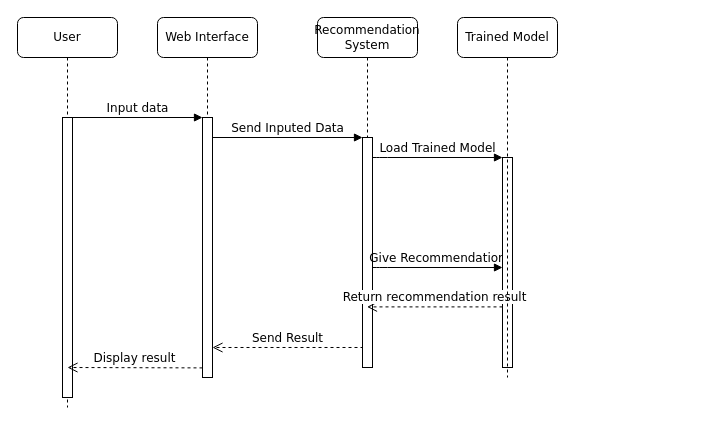
Above: Untitled Diagram.drawio in therealsamrajya/5th-sem (draw.io), before the change. Source tidied: cells renumbered, new cells numbered last; positions are measured from the earlier drawing's top-left corner, leaving out a move shared by most shapes. Both pictures are drawn from the tidied source at 100%, with x=0, y=0 at pixel (17, 17).
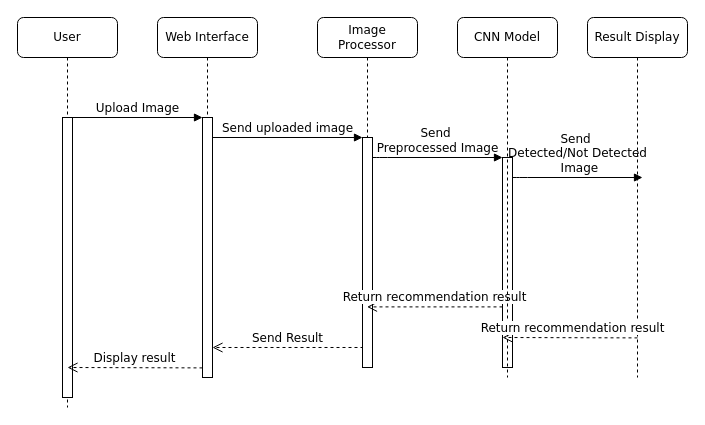
The same page after the edit.

Unchanged cells that the change refers to:
```xml
<mxCell id="3" style="html=1;points=[];perimeter=orthogonalPerimeter;rounded=0;shadow=0;comic=0;labelBackgroundColor=none;strokeWidth=1;fontFamily=Verdana;fontSize=12;align=center;" parent="2" vertex="1">
  <mxGeometry x="45" y="100" width="10" height="260" as="geometry" />
</mxCell>
<mxCell id="6" style="html=1;points=[];perimeter=orthogonalPerimeter;rounded=0;shadow=0;comic=0;labelBackgroundColor=none;strokeWidth=1;fontFamily=Verdana;fontSize=12;align=center;" parent="5" vertex="1">
  <mxGeometry x="45" y="120" width="10" height="230" as="geometry" />
</mxCell>
<mxCell id="9" style="html=1;points=[];perimeter=orthogonalPerimeter;rounded=0;shadow=0;comic=0;labelBackgroundColor=none;strokeWidth=1;fontFamily=Verdana;fontSize=12;align=center;" parent="8" vertex="1">
  <mxGeometry x="45" y="100" width="10" height="280" as="geometry" />
</mxCell>
<mxCell id="11" style="html=1;points=[];perimeter=orthogonalPerimeter;rounded=0;shadow=0;comic=0;labelBackgroundColor=none;strokeWidth=1;fontFamily=Verdana;fontSize=12;align=center;" parent="1" vertex="1">
  <mxGeometry x="485" y="140" width="10" height="210" as="geometry" />
</mxCell>
```

The edit, as a diff of the source:
```diff
@@
-    <mxCell id="5" value="Recommendation System" style="shape=umlLifeline;perimeter=lifelinePerimeter;whiteSpace=wrap;html=1;outlineConnect=0;rounded=1;shadow=0;comic=0;labelBackgroundColor=none;strokeWidth=1;fontFamily=Verdana;fontSize=12;align=center;" parent="1" vertex="1">
+    <mxCell id="5" value="Image Processor" style="shape=umlLifeline;perimeter=lifelinePerimeter;whiteSpace=wrap;html=1;outlineConnect=0;rounded=1;shadow=0;comic=0;labelBackgroundColor=none;strokeWidth=1;fontFamily=Verdana;fontSize=12;align=center;" parent="1" vertex="1">
       <mxGeometry x="300" width="100" height="350" as="geometry" />
     </mxCell>
@@
-    <mxCell id="7" value="Give Recommendation" style="html=1;verticalAlign=bottom;endArrow=block;labelBackgroundColor=none;fontFamily=Verdana;fontSize=12;edgeStyle=elbowEdgeStyle;elbow=vertical;" parent="5" edge="1">
-      <mxGeometry relative="1" as="geometry">
-        <mxPoint x="55" y="250" as="sourcePoint" />
-        <mxPoint x="185" y="250" as="targetPoint" />
-        <Array as="points">
-          <mxPoint x="60" y="250" />
-        </Array>
-      </mxGeometry>
-    </mxCell>
@@
-    <mxCell id="12" value="Load Trained Model" style="html=1;verticalAlign=bottom;endArrow=block;labelBackgroundColor=none;fontFamily=Verdana;fontSize=12;edgeStyle=elbowEdgeStyle;elbow=vertical;" parent="1" edge="1" source="6" target="11">
+    <mxCell id="12" value="Send&amp;nbsp;&lt;br&gt;&lt;div&gt;Preprocessed Image&lt;/div&gt;" style="html=1;verticalAlign=bottom;endArrow=block;labelBackgroundColor=none;fontFamily=Verdana;fontSize=12;edgeStyle=elbowEdgeStyle;elbow=vertical;" parent="1" edge="1" source="6" target="11">
       <mxGeometry relative="1" as="geometry">
         <Array as="points">
           <mxPoint x="360" y="140" />
         </Array>
       </mxGeometry>
     </mxCell>
-    <mxCell id="13" value="Input data" style="html=1;verticalAlign=bottom;endArrow=block;entryX=0;entryY=0;labelBackgroundColor=none;fontFamily=Verdana;fontSize=12;edgeStyle=elbowEdgeStyle;elbow=vertical;" parent="1" edge="1" source="9" target="3">
+    <mxCell id="13" value="Upload Image" style="html=1;verticalAlign=bottom;endArrow=block;entryX=0;entryY=0;labelBackgroundColor=none;fontFamily=Verdana;fontSize=12;edgeStyle=elbowEdgeStyle;elbow=vertical;" parent="1" edge="1" source="9" target="3">
       <mxGeometry relative="1" as="geometry" />
     </mxCell>
-    <mxCell id="14" value="Send Inputed Data" style="html=1;verticalAlign=bottom;endArrow=block;entryX=0;entryY=0;labelBackgroundColor=none;fontFamily=Verdana;fontSize=12;edgeStyle=elbowEdgeStyle;elbow=vertical;" parent="1" edge="1" source="3" target="6">
+    <mxCell id="14" value="Send uploaded image" style="html=1;verticalAlign=bottom;endArrow=block;entryX=0;entryY=0;labelBackgroundColor=none;fontFamily=Verdana;fontSize=12;edgeStyle=elbowEdgeStyle;elbow=vertical;" parent="1" edge="1" source="3" target="6">
       <mxGeometry relative="1" as="geometry" />
     </mxCell>
@@
-    <mxCell id="16" value="Trained Model" style="shape=umlLifeline;perimeter=lifelinePerimeter;whiteSpace=wrap;html=1;rounded=1;shadow=0;comic=0;labelBackgroundColor=none;strokeWidth=1;fontFamily=Verdana;fontSize=12;align=center;" parent="1" vertex="1">
+    <mxCell id="16" value="CNN Model" style="shape=umlLifeline;perimeter=lifelinePerimeter;whiteSpace=wrap;html=1;rounded=1;shadow=0;comic=0;labelBackgroundColor=none;strokeWidth=1;fontFamily=Verdana;fontSize=12;align=center;" parent="1" vertex="1">
       <mxGeometry x="440" width="100" height="360" as="geometry" />
     </mxCell>
+    <mxCell id="17" value="Send&amp;nbsp;&lt;div&gt;&lt;span style=&quot;background-color: initial;&quot;&gt;Detected/Not Detected&lt;/span&gt;&lt;/div&gt;&lt;div&gt;&lt;span style=&quot;background-color: initial;&quot;&gt;&amp;nbsp;Image&lt;/span&gt;&lt;br&gt;&lt;/div&gt;" style="html=1;verticalAlign=bottom;endArrow=block;labelBackgroundColor=none;fontFamily=Verdana;fontSize=12;edgeStyle=elbowEdgeStyle;elbow=vertical;" parent="16" edge="1">
+      <mxGeometry relative="1" as="geometry">
+        <mxPoint x="55" y="160" as="sourcePoint" />
+        <mxPoint x="185" y="160" as="targetPoint" />
+        <Array as="points">
+          <mxPoint x="60" y="160" />
+        </Array>
+      </mxGeometry>
+    </mxCell>
+    <mxCell id="18" value="Result Display" style="shape=umlLifeline;perimeter=lifelinePerimeter;whiteSpace=wrap;html=1;rounded=1;shadow=0;comic=0;labelBackgroundColor=none;strokeWidth=1;fontFamily=Verdana;fontSize=12;align=center;" parent="1" vertex="1">
+      <mxGeometry x="570" width="100" height="360" as="geometry" />
+    </mxCell>
+    <mxCell id="19" value="&lt;font style=&quot;font-size: 12px;&quot; face=&quot;Verdana&quot;&gt;Return recommendation result&lt;/font&gt;" style="html=1;verticalAlign=bottom;endArrow=open;dashed=1;endSize=8;curved=0;rounded=0;" parent="18" edge="1">
+      <mxGeometry x="-0.04" relative="1" as="geometry">
+        <mxPoint x="50" y="320.4" as="sourcePoint" />
+        <mxPoint x="-85" y="320" as="targetPoint" />
+      </mxGeometry>
+    </mxCell>
```
